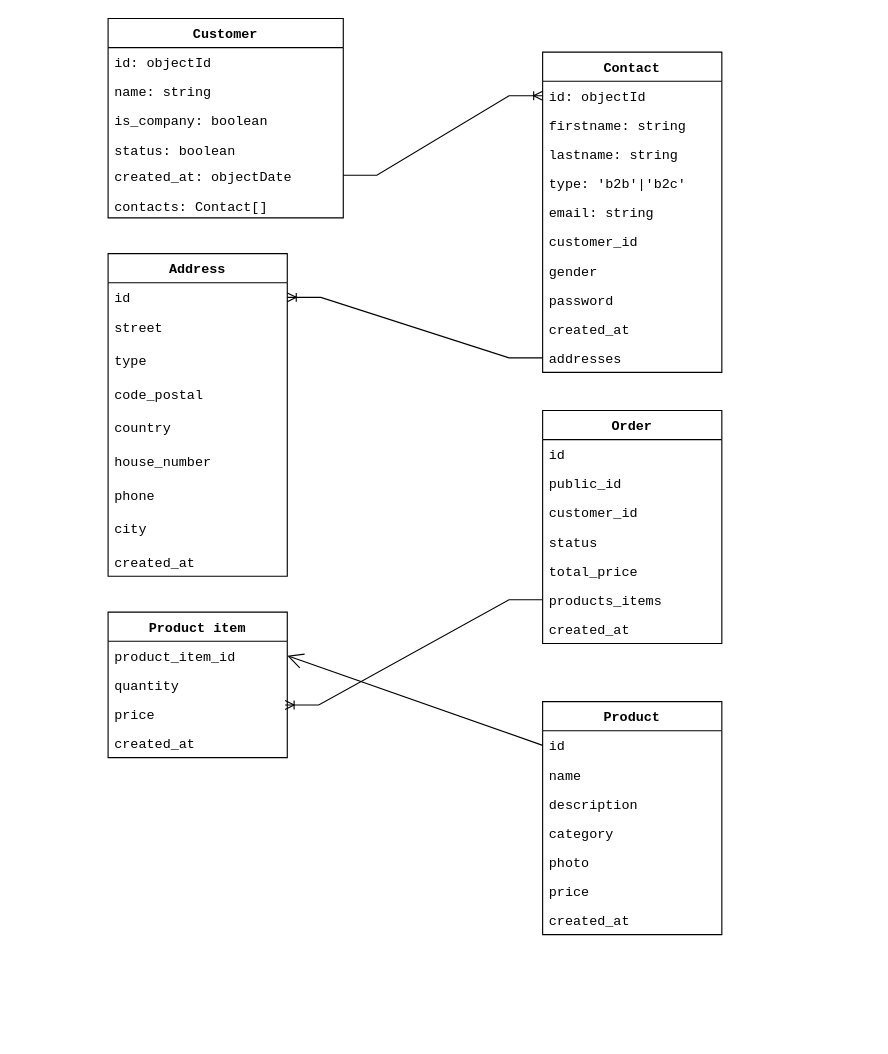
The draw.io diagram mini-crm.drawio in ylahssini/dx-blog, before the edit. Source tidied: cells renumbered, new cells numbered last; positions are measured from the earlier drawing's top-left corner, leaving out a move shared by most shapes. Both pictures are drawn from the tidied source at 112%, with x=0, y=0 at pixel (108, 18).
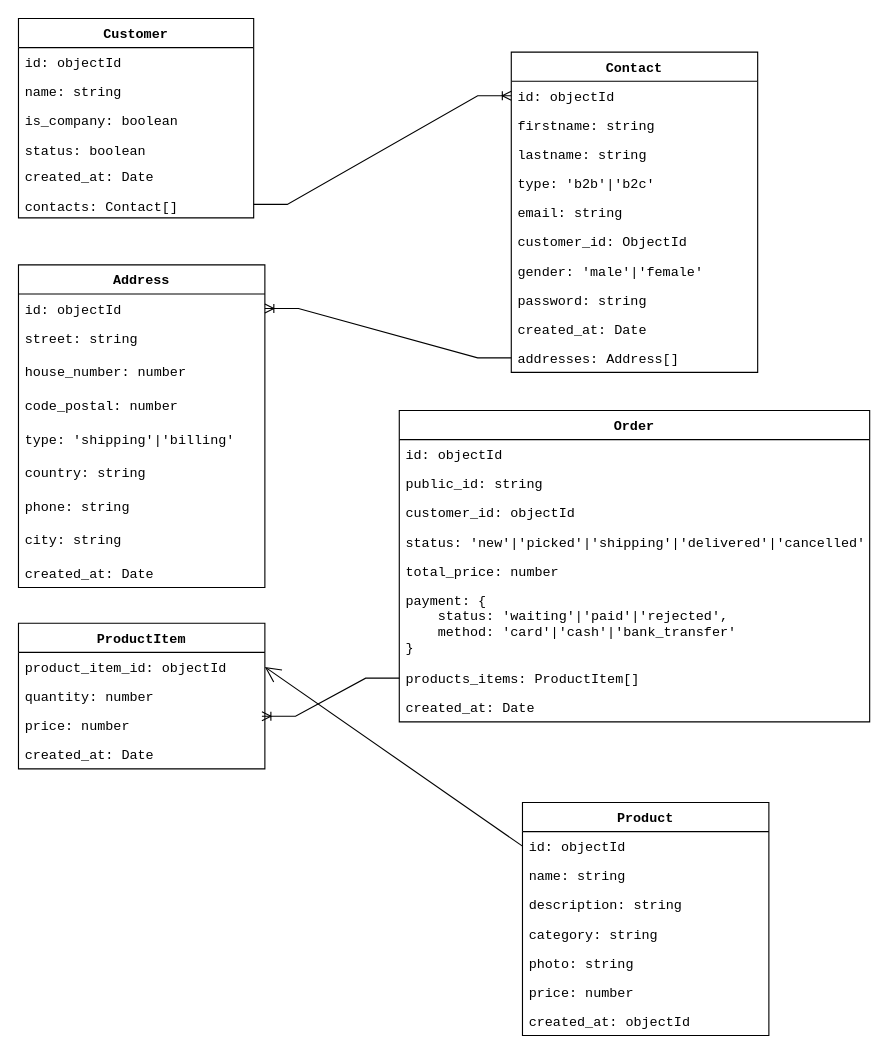
Above is the later version.

Unchanged cells that the change refers to:
```xml
<mxCell id="8" value="contacts: Contact[]" style="text;align=left;verticalAlign=top;spacingLeft=4;spacingRight=4;overflow=hidden;points=[[0,0.5],[1,0.5]];portConstraint=eastwest;rounded=0;shadow=0;html=0;fontFamily=Courier New;" parent="2" vertex="1">
  <mxGeometry y="154" width="210" height="24" as="geometry" />
</mxCell>
```

The edit, as a diff of the source:
```diff
@@
     <mxCell id="2" value="Customer" style="swimlane;fontStyle=1;align=center;verticalAlign=top;horizontal=1;startSize=26;rounded=0;shadow=0;strokeWidth=1;fontFamily=Courier New;" parent="1" vertex="1">
-      <mxGeometry width="210" height="178" as="geometry" />
+      <mxGeometry x="-80" width="210" height="178" as="geometry" />
     </mxCell>
@@
-    <mxCell id="7" value="created_at: objectDate" style="text;strokeColor=none;fillColor=none;align=left;verticalAlign=top;spacingLeft=4;spacingRight=4;overflow=hidden;fontFamily=Courier New;" parent="2" vertex="1">
+    <mxCell id="7" value="created_at: Date" style="text;strokeColor=none;fillColor=none;align=left;verticalAlign=top;spacingLeft=4;spacingRight=4;overflow=hidden;fontFamily=Courier New;" parent="2" vertex="1">
       <mxGeometry y="128" width="210" height="26" as="geometry" />
     </mxCell>
@@
     <mxCell id="9" value="Contact" style="swimlane;fontStyle=1;align=center;verticalAlign=top;horizontal=1;startSize=26;rounded=0;shadow=0;strokeWidth=1;fontFamily=Courier New;" parent="1" vertex="1">
-      <mxGeometry x="388" y="30" width="160" height="286" as="geometry" />
+      <mxGeometry x="360" y="30" width="220" height="286" as="geometry" />
     </mxCell>
     <mxCell id="10" value="id: objectId" style="text;align=left;verticalAlign=top;spacingLeft=4;spacingRight=4;overflow=hidden;points=[[0,0.5],[1,0.5]];portConstraint=eastwest;fontFamily=Courier New;" parent="9" vertex="1">
-      <mxGeometry y="26" width="160" height="26" as="geometry" />
+      <mxGeometry y="26" width="220" height="26" as="geometry" />
     </mxCell>
     <mxCell id="11" value="firstname: string" style="text;align=left;verticalAlign=top;spacingLeft=4;spacingRight=4;overflow=hidden;fontFamily=Courier New;" parent="9" vertex="1">
-      <mxGeometry y="52" width="160" height="26" as="geometry" />
+      <mxGeometry y="52" width="220" height="26" as="geometry" />
     </mxCell>
     <mxCell id="12" value="lastname: string" style="text;align=left;verticalAlign=top;spacingLeft=4;spacingRight=4;overflow=hidden;rounded=0;shadow=0;html=0;fontFamily=Courier New;" parent="9" vertex="1">
-      <mxGeometry y="78" width="160" height="26" as="geometry" />
+      <mxGeometry y="78" width="220" height="26" as="geometry" />
     </mxCell>
     <mxCell id="13" value="type: 'b2b'|'b2c'" style="text;align=left;verticalAlign=top;spacingLeft=4;spacingRight=4;overflow=hidden;rounded=0;shadow=0;html=0;fontFamily=Courier New;" parent="9" vertex="1">
-      <mxGeometry y="104" width="160" height="26" as="geometry" />
+      <mxGeometry y="104" width="220" height="26" as="geometry" />
     </mxCell>
     <mxCell id="14" value="email: string" style="text;align=left;verticalAlign=top;spacingLeft=4;spacingRight=4;overflow=hidden;rounded=0;shadow=0;html=0;fontFamily=Courier New;" parent="9" vertex="1">
-      <mxGeometry y="130" width="160" height="26" as="geometry" />
+      <mxGeometry y="130" width="220" height="26" as="geometry" />
     </mxCell>
-    <mxCell id="15" value="customer_id" style="text;align=left;verticalAlign=top;spacingLeft=4;spacingRight=4;overflow=hidden;rounded=0;shadow=0;html=0;fontFamily=Courier New;" parent="9" vertex="1">
-      <mxGeometry y="156" width="160" height="26" as="geometry" />
+    <mxCell id="15" value="customer_id: ObjectId" style="text;align=left;verticalAlign=top;spacingLeft=4;spacingRight=4;overflow=hidden;rounded=0;shadow=0;html=0;fontFamily=Courier New;" parent="9" vertex="1">
+      <mxGeometry y="156" width="220" height="26" as="geometry" />
     </mxCell>
-    <mxCell id="16" value="gender" style="text;align=left;verticalAlign=top;spacingLeft=4;spacingRight=4;overflow=hidden;rounded=0;shadow=0;html=0;fontFamily=Courier New;" parent="9" vertex="1">
-      <mxGeometry y="182" width="160" height="26" as="geometry" />
+    <mxCell id="16" value="gender: 'male'|'female'" style="text;align=left;verticalAlign=top;spacingLeft=4;spacingRight=4;overflow=hidden;rounded=0;shadow=0;html=0;fontFamily=Courier New;" parent="9" vertex="1">
+      <mxGeometry y="182" width="220" height="26" as="geometry" />
     </mxCell>
-    <mxCell id="17" value="password" style="text;align=left;verticalAlign=top;spacingLeft=4;spacingRight=4;overflow=hidden;rounded=0;shadow=0;html=0;fontFamily=Courier New;" parent="9" vertex="1">
-      <mxGeometry y="208" width="160" height="26" as="geometry" />
+    <mxCell id="17" value="password: string" style="text;align=left;verticalAlign=top;spacingLeft=4;spacingRight=4;overflow=hidden;rounded=0;shadow=0;html=0;fontFamily=Courier New;" parent="9" vertex="1">
+      <mxGeometry y="208" width="220" height="26" as="geometry" />
     </mxCell>
-    <mxCell id="18" value="created_at" style="text;strokeColor=none;fillColor=none;align=left;verticalAlign=top;spacingLeft=4;spacingRight=4;overflow=hidden;fontFamily=Courier New;" parent="9" vertex="1">
-      <mxGeometry y="234" width="160" height="26" as="geometry" />
+    <mxCell id="18" value="created_at: Date" style="text;strokeColor=none;fillColor=none;align=left;verticalAlign=top;spacingLeft=4;spacingRight=4;overflow=hidden;fontFamily=Courier New;" parent="9" vertex="1">
+      <mxGeometry y="234" width="220" height="26" as="geometry" />
     </mxCell>
-    <mxCell id="19" value="addresses" style="text;align=left;verticalAlign=top;spacingLeft=4;spacingRight=4;overflow=hidden;points=[[0,0.5],[1,0.5]];portConstraint=eastwest;fontFamily=Courier New;" parent="9" vertex="1">
-      <mxGeometry y="260" width="160" height="26" as="geometry" />
+    <mxCell id="19" value="addresses: Address[]" style="text;align=left;verticalAlign=top;spacingLeft=4;spacingRight=4;overflow=hidden;points=[[0,0.5],[1,0.5]];portConstraint=eastwest;fontFamily=Courier New;" parent="9" vertex="1">
+      <mxGeometry y="260" width="220" height="26" as="geometry" />
     </mxCell>
     <mxCell id="20" value="Address" style="swimlane;fontStyle=1;align=center;verticalAlign=top;horizontal=1;startSize=26;fontFamily=Courier New;" parent="1" vertex="1">
-      <mxGeometry y="210" width="160" height="288" as="geometry" />
+      <mxGeometry x="-80" y="220" width="220" height="288" as="geometry" />
     </mxCell>
-    <mxCell id="21" value="id" style="text;strokeColor=none;fillColor=none;align=left;verticalAlign=top;spacingLeft=4;spacingRight=4;overflow=hidden;points=[[0,0.5],[1,0.5]];portConstraint=eastwest;fontFamily=Courier New;" parent="20" vertex="1">
-      <mxGeometry y="26" width="160" height="26" as="geometry" />
+    <mxCell id="21" value="id: objectId" style="text;strokeColor=none;fillColor=none;align=left;verticalAlign=top;spacingLeft=4;spacingRight=4;overflow=hidden;points=[[0,0.5],[1,0.5]];portConstraint=eastwest;fontFamily=Courier New;" parent="20" vertex="1">
+      <mxGeometry y="26" width="220" height="26" as="geometry" />
     </mxCell>
-    <mxCell id="22" value="street" style="text;strokeColor=none;fillColor=none;align=left;verticalAlign=top;spacingLeft=4;spacingRight=4;overflow=hidden;fontFamily=Courier New;" parent="20" vertex="1">
-      <mxGeometry y="52" width="160" height="30" as="geometry" />
+    <mxCell id="22" value="street: string" style="text;strokeColor=none;fillColor=none;align=left;verticalAlign=top;spacingLeft=4;spacingRight=4;overflow=hidden;fontFamily=Courier New;" parent="20" vertex="1">
+      <mxGeometry y="52" width="220" height="30" as="geometry" />
     </mxCell>
+    <mxCell id="26" value="house_number: number" style="text;strokeColor=none;fillColor=none;align=left;verticalAlign=top;spacingLeft=4;spacingRight=4;overflow=hidden;fontFamily=Courier New;" parent="20" vertex="1">
+      <mxGeometry y="82" width="220" height="30" as="geometry" />
+    </mxCell>
+    <mxCell id="24" value="code_postal: number" style="text;strokeColor=none;fillColor=none;align=left;verticalAlign=top;spacingLeft=4;spacingRight=4;overflow=hidden;fontFamily=Courier New;" parent="20" vertex="1">
+      <mxGeometry y="112" width="220" height="30" as="geometry" />
+    </mxCell>
-    <mxCell id="23" value="type" style="text;strokeColor=none;fillColor=none;align=left;verticalAlign=top;spacingLeft=4;spacingRight=4;overflow=hidden;fontFamily=Courier New;" parent="20" vertex="1">
-      <mxGeometry y="82" width="160" height="30" as="geometry" />
+    <mxCell id="23" value="type: 'shipping'|'billing'" style="text;strokeColor=none;fillColor=none;align=left;verticalAlign=top;spacingLeft=4;spacingRight=4;overflow=hidden;fontFamily=Courier New;" parent="20" vertex="1">
+      <mxGeometry y="142" width="220" height="30" as="geometry" />
     </mxCell>
-    <mxCell id="24" value="code_postal" style="text;strokeColor=none;fillColor=none;align=left;verticalAlign=top;spacingLeft=4;spacingRight=4;overflow=hidden;fontFamily=Courier New;" parent="20" vertex="1">
-      <mxGeometry y="112" width="160" height="30" as="geometry" />
-    </mxCell>
-    <mxCell id="25" value="country" style="text;strokeColor=none;fillColor=none;align=left;verticalAlign=top;spacingLeft=4;spacingRight=4;overflow=hidden;fontFamily=Courier New;" parent="20" vertex="1">
-      <mxGeometry y="142" width="160" height="30" as="geometry" />
+    <mxCell id="25" value="country: string" style="text;strokeColor=none;fillColor=none;align=left;verticalAlign=top;spacingLeft=4;spacingRight=4;overflow=hidden;fontFamily=Courier New;" parent="20" vertex="1">
+      <mxGeometry y="172" width="220" height="30" as="geometry" />
     </mxCell>
-    <mxCell id="26" value="house_number" style="text;strokeColor=none;fillColor=none;align=left;verticalAlign=top;spacingLeft=4;spacingRight=4;overflow=hidden;fontFamily=Courier New;" parent="20" vertex="1">
-      <mxGeometry y="172" width="160" height="30" as="geometry" />
-    </mxCell>
-    <mxCell id="27" value="phone" style="text;strokeColor=none;fillColor=none;align=left;verticalAlign=top;spacingLeft=4;spacingRight=4;overflow=hidden;fontFamily=Courier New;" parent="20" vertex="1">
-      <mxGeometry y="202" width="160" height="30" as="geometry" />
+    <mxCell id="27" value="phone: string" style="text;strokeColor=none;fillColor=none;align=left;verticalAlign=top;spacingLeft=4;spacingRight=4;overflow=hidden;fontFamily=Courier New;" parent="20" vertex="1">
+      <mxGeometry y="202" width="220" height="30" as="geometry" />
     </mxCell>
-    <mxCell id="28" value="city" style="text;strokeColor=none;fillColor=none;align=left;verticalAlign=top;spacingLeft=4;spacingRight=4;overflow=hidden;fontFamily=Courier New;" parent="20" vertex="1">
-      <mxGeometry y="232" width="160" height="30" as="geometry" />
+    <mxCell id="28" value="city: string" style="text;strokeColor=none;fillColor=none;align=left;verticalAlign=top;spacingLeft=4;spacingRight=4;overflow=hidden;fontFamily=Courier New;" parent="20" vertex="1">
+      <mxGeometry y="232" width="220" height="30" as="geometry" />
     </mxCell>
-    <mxCell id="29" value="created_at" style="text;strokeColor=none;fillColor=none;align=left;verticalAlign=top;spacingLeft=4;spacingRight=4;overflow=hidden;fontFamily=Courier New;" parent="20" vertex="1">
-      <mxGeometry y="262" width="160" height="26" as="geometry" />
+    <mxCell id="29" value="created_at: Date" style="text;strokeColor=none;fillColor=none;align=left;verticalAlign=top;spacingLeft=4;spacingRight=4;overflow=hidden;fontFamily=Courier New;" parent="20" vertex="1">
+      <mxGeometry y="262" width="220" height="26" as="geometry" />
     </mxCell>
-    <mxCell id="30" style="edgeStyle=entityRelationEdgeStyle;fontSize=12;html=1;endArrow=ERoneToMany;rounded=0;entryX=0;entryY=0.5;entryDx=0;entryDy=0;fontFamily=Courier New;" parent="1" edge="1" target="10">
-      <mxGeometry relative="1" as="geometry">
-        <mxPoint x="210" y="140" as="sourcePoint" />
-      </mxGeometry>
+    <mxCell id="30" style="edgeStyle=entityRelationEdgeStyle;fontSize=12;html=1;endArrow=ERoneToMany;rounded=0;entryX=0;entryY=0.5;entryDx=0;entryDy=0;fontFamily=Courier New;exitX=1;exitY=0.5;exitDx=0;exitDy=0;" parent="1" edge="1" source="8" target="10">
+      <mxGeometry relative="1" as="geometry" />
     </mxCell>
@@
     <mxCell id="32" value="Product" style="swimlane;fontStyle=1;horizontal=1;startSize=26;fillColor=none;fontFamily=Courier New;" parent="1" vertex="1">
-      <mxGeometry x="388" y="610" width="160" height="208" as="geometry" />
+      <mxGeometry x="370" y="700" width="220" height="208" as="geometry" />
     </mxCell>
-    <mxCell id="33" value="id" style="text;strokeColor=none;fillColor=none;align=left;verticalAlign=top;spacingLeft=4;spacingRight=4;overflow=hidden;points=[[0,0.5],[1,0.5]];portConstraint=eastwest;fontFamily=Courier New;" parent="32" vertex="1">
-      <mxGeometry y="26" width="160" height="26" as="geometry" />
+    <mxCell id="33" value="id: objectId" style="text;strokeColor=none;fillColor=none;align=left;verticalAlign=top;spacingLeft=4;spacingRight=4;overflow=hidden;points=[[0,0.5],[1,0.5]];portConstraint=eastwest;fontFamily=Courier New;" parent="32" vertex="1">
+      <mxGeometry y="26" width="220" height="26" as="geometry" />
     </mxCell>
-    <mxCell id="34" value="name" style="text;strokeColor=none;fillColor=none;align=left;verticalAlign=top;spacingLeft=4;spacingRight=4;overflow=hidden;fontFamily=Courier New;" parent="32" vertex="1">
-      <mxGeometry y="52" width="160" height="26" as="geometry" />
+    <mxCell id="34" value="name: string" style="text;strokeColor=none;fillColor=none;align=left;verticalAlign=top;spacingLeft=4;spacingRight=4;overflow=hidden;fontFamily=Courier New;" parent="32" vertex="1">
+      <mxGeometry y="52" width="220" height="26" as="geometry" />
     </mxCell>
-    <mxCell id="35" value="description" style="text;strokeColor=none;fillColor=none;align=left;verticalAlign=top;spacingLeft=4;spacingRight=4;overflow=hidden;fontFamily=Courier New;" parent="32" vertex="1">
-      <mxGeometry y="78" width="160" height="26" as="geometry" />
+    <mxCell id="35" value="description: string" style="text;strokeColor=none;fillColor=none;align=left;verticalAlign=top;spacingLeft=4;spacingRight=4;overflow=hidden;fontFamily=Courier New;" parent="32" vertex="1">
+      <mxGeometry y="78" width="220" height="26" as="geometry" />
     </mxCell>
-    <mxCell id="36" value="category" style="text;strokeColor=none;fillColor=none;align=left;verticalAlign=top;spacingLeft=4;spacingRight=4;overflow=hidden;fontFamily=Courier New;" parent="32" vertex="1">
-      <mxGeometry y="104" width="160" height="26" as="geometry" />
+    <mxCell id="36" value="category: string" style="text;strokeColor=none;fillColor=none;align=left;verticalAlign=top;spacingLeft=4;spacingRight=4;overflow=hidden;fontFamily=Courier New;" parent="32" vertex="1">
+      <mxGeometry y="104" width="220" height="26" as="geometry" />
     </mxCell>
-    <mxCell id="37" value="photo" style="text;strokeColor=none;fillColor=none;align=left;verticalAlign=top;spacingLeft=4;spacingRight=4;overflow=hidden;fontFamily=Courier New;" parent="32" vertex="1">
-      <mxGeometry y="130" width="160" height="26" as="geometry" />
+    <mxCell id="37" value="photo: string" style="text;strokeColor=none;fillColor=none;align=left;verticalAlign=top;spacingLeft=4;spacingRight=4;overflow=hidden;fontFamily=Courier New;" parent="32" vertex="1">
+      <mxGeometry y="130" width="220" height="26" as="geometry" />
     </mxCell>
-    <mxCell id="38" value="price" style="text;strokeColor=none;fillColor=none;align=left;verticalAlign=top;spacingLeft=4;spacingRight=4;overflow=hidden;fontFamily=Courier New;" parent="32" vertex="1">
-      <mxGeometry y="156" width="160" height="26" as="geometry" />
+    <mxCell id="38" value="price: number" style="text;strokeColor=none;fillColor=none;align=left;verticalAlign=top;spacingLeft=4;spacingRight=4;overflow=hidden;fontFamily=Courier New;" parent="32" vertex="1">
+      <mxGeometry y="156" width="220" height="26" as="geometry" />
     </mxCell>
-    <mxCell id="39" value="created_at" style="text;strokeColor=none;fillColor=none;align=left;verticalAlign=top;spacingLeft=4;spacingRight=4;overflow=hidden;fontFamily=Courier New;" parent="32" vertex="1">
-      <mxGeometry y="182" width="160" height="26" as="geometry" />
+    <mxCell id="39" value="created_at: objectId" style="text;strokeColor=none;fillColor=none;align=left;verticalAlign=top;spacingLeft=4;spacingRight=4;overflow=hidden;fontFamily=Courier New;" parent="32" vertex="1">
+      <mxGeometry y="182" width="220" height="26" as="geometry" />
     </mxCell>
     <mxCell id="40" value="Order" style="swimlane;fontStyle=1;horizontal=1;startSize=26;fillColor=none;fontFamily=Courier New;" parent="1" vertex="1">
-      <mxGeometry x="388" y="350" width="160" height="208" as="geometry" />
+      <mxGeometry x="260" y="350" width="420" height="278" as="geometry" />
     </mxCell>
-    <mxCell id="41" value="id" style="text;strokeColor=none;fillColor=none;align=left;verticalAlign=top;spacingLeft=4;spacingRight=4;overflow=hidden;fontFamily=Courier New;" parent="40" vertex="1">
-      <mxGeometry y="26" width="160" height="26" as="geometry" />
+    <mxCell id="41" value="id: objectId" style="text;strokeColor=none;fillColor=none;align=left;verticalAlign=top;spacingLeft=4;spacingRight=4;overflow=hidden;fontFamily=Courier New;" parent="40" vertex="1">
+      <mxGeometry y="26" width="420" height="26" as="geometry" />
     </mxCell>
-    <mxCell id="42" value="public_id" style="text;strokeColor=none;fillColor=none;align=left;verticalAlign=top;spacingLeft=4;spacingRight=4;overflow=hidden;fontFamily=Courier New;" parent="40" vertex="1">
-      <mxGeometry y="52" width="160" height="26" as="geometry" />
+    <mxCell id="42" value="public_id: string" style="text;strokeColor=none;fillColor=none;align=left;verticalAlign=top;spacingLeft=4;spacingRight=4;overflow=hidden;fontFamily=Courier New;" parent="40" vertex="1">
+      <mxGeometry y="52" width="420" height="26" as="geometry" />
     </mxCell>
-    <mxCell id="43" value="customer_id" style="text;strokeColor=none;fillColor=none;align=left;verticalAlign=top;spacingLeft=4;spacingRight=4;overflow=hidden;fontFamily=Courier New;" parent="40" vertex="1">
-      <mxGeometry y="78" width="160" height="26" as="geometry" />
+    <mxCell id="43" value="customer_id: objectId" style="text;strokeColor=none;fillColor=none;align=left;verticalAlign=top;spacingLeft=4;spacingRight=4;overflow=hidden;fontFamily=Courier New;" parent="40" vertex="1">
+      <mxGeometry y="78" width="420" height="26" as="geometry" />
     </mxCell>
-    <mxCell id="44" value="status" style="text;strokeColor=none;fillColor=none;align=left;verticalAlign=top;spacingLeft=4;spacingRight=4;overflow=hidden;fontFamily=Courier New;" parent="40" vertex="1">
-      <mxGeometry y="104" width="160" height="26" as="geometry" />
+    <mxCell id="44" value="status: 'new'|'picked'|'shipping'|'delivered'|'cancelled'" style="text;strokeColor=none;fillColor=none;align=left;verticalAlign=top;spacingLeft=4;spacingRight=4;overflow=hidden;fontFamily=Courier New;" parent="40" vertex="1">
+      <mxGeometry y="104" width="420" height="26" as="geometry" />
     </mxCell>
-    <mxCell id="45" value="total_price" style="text;strokeColor=none;fillColor=none;align=left;verticalAlign=top;spacingLeft=4;spacingRight=4;overflow=hidden;fontFamily=Courier New;" parent="40" vertex="1">
-      <mxGeometry y="130" width="160" height="26" as="geometry" />
+    <mxCell id="45" value="total_price: number" style="text;strokeColor=none;fillColor=none;align=left;verticalAlign=top;spacingLeft=4;spacingRight=4;overflow=hidden;fontFamily=Courier New;" parent="40" vertex="1">
+      <mxGeometry y="130" width="420" height="26" as="geometry" />
     </mxCell>
+    <mxCell id="55" value="payment: {&#10;    status: 'waiting'|'paid'|'rejected',&#10;    method: 'card'|'cash'|'bank_transfer'&#10;}" style="text;strokeColor=none;fillColor=none;align=left;verticalAlign=top;spacingLeft=4;spacingRight=4;overflow=hidden;fontFamily=Courier New;" parent="40" vertex="1">
+      <mxGeometry y="156" width="420" height="70" as="geometry" />
+    </mxCell>
-    <mxCell id="46" value="products_items" style="text;strokeColor=none;fillColor=none;align=left;verticalAlign=top;spacingLeft=4;spacingRight=4;overflow=hidden;points=[[0,0.5],[1,0.5]];portConstraint=eastwest;fontFamily=Courier New;" parent="40" vertex="1">
-      <mxGeometry y="156" width="160" height="26" as="geometry" />
+    <mxCell id="46" value="products_items: ProductItem[]" style="text;strokeColor=none;fillColor=none;align=left;verticalAlign=top;spacingLeft=4;spacingRight=4;overflow=hidden;points=[[0,0.5],[1,0.5]];portConstraint=eastwest;fontFamily=Courier New;" parent="40" vertex="1">
+      <mxGeometry y="226" width="420" height="26" as="geometry" />
     </mxCell>
-    <mxCell id="47" value="created_at" style="text;strokeColor=none;fillColor=none;align=left;verticalAlign=top;spacingLeft=4;spacingRight=4;overflow=hidden;fontFamily=Courier New;" parent="40" vertex="1">
-      <mxGeometry y="182" width="160" height="26" as="geometry" />
+    <mxCell id="47" value="created_at: Date" style="text;strokeColor=none;fillColor=none;align=left;verticalAlign=top;spacingLeft=4;spacingRight=4;overflow=hidden;fontFamily=Courier New;" parent="40" vertex="1">
+      <mxGeometry y="252" width="420" height="26" as="geometry" />
     </mxCell>
@@
-    <mxCell id="49" value="Product item" style="swimlane;fontStyle=1;horizontal=1;startSize=26;fillColor=none;fontFamily=Courier New;" parent="1" vertex="1">
-      <mxGeometry y="530" width="160" height="130" as="geometry" />
+    <mxCell id="49" value="ProductItem" style="swimlane;fontStyle=1;horizontal=1;startSize=26;fillColor=none;fontFamily=Courier New;" parent="1" vertex="1">
+      <mxGeometry x="-80" y="540" width="220" height="130" as="geometry" />
     </mxCell>
-    <mxCell id="50" value="product_item_id" style="text;strokeColor=none;fillColor=none;align=left;verticalAlign=top;spacingLeft=4;spacingRight=4;overflow=hidden;points=[[0,0.5],[1,0.5]];portConstraint=eastwest;fontFamily=Courier New;" parent="49" vertex="1">
-      <mxGeometry y="26" width="160" height="26" as="geometry" />
+    <mxCell id="50" value="product_item_id: objectId" style="text;strokeColor=none;fillColor=none;align=left;verticalAlign=top;spacingLeft=4;spacingRight=4;overflow=hidden;points=[[0,0.5],[1,0.5]];portConstraint=eastwest;fontFamily=Courier New;" parent="49" vertex="1">
+      <mxGeometry y="26" width="220" height="26" as="geometry" />
     </mxCell>
-    <mxCell id="51" value="quantity" style="text;strokeColor=none;fillColor=none;align=left;verticalAlign=top;spacingLeft=4;spacingRight=4;overflow=hidden;points=[[0,0.5],[1,0.5]];portConstraint=eastwest;fontFamily=Courier New;" parent="49" vertex="1">
-      <mxGeometry y="52" width="160" height="26" as="geometry" />
+    <mxCell id="51" value="quantity: number" style="text;strokeColor=none;fillColor=none;align=left;verticalAlign=top;spacingLeft=4;spacingRight=4;overflow=hidden;points=[[0,0.5],[1,0.5]];portConstraint=eastwest;fontFamily=Courier New;" parent="49" vertex="1">
+      <mxGeometry y="52" width="220" height="26" as="geometry" />
     </mxCell>
-    <mxCell id="52" value="price" style="text;strokeColor=none;fillColor=none;align=left;verticalAlign=top;spacingLeft=4;spacingRight=4;overflow=hidden;fontFamily=Courier New;" parent="49" vertex="1">
-      <mxGeometry y="78" width="160" height="26" as="geometry" />
+    <mxCell id="52" value="price: number" style="text;strokeColor=none;fillColor=none;align=left;verticalAlign=top;spacingLeft=4;spacingRight=4;overflow=hidden;fontFamily=Courier New;" parent="49" vertex="1">
+      <mxGeometry y="78" width="220" height="26" as="geometry" />
     </mxCell>
-    <mxCell id="53" value="created_at" style="text;strokeColor=none;fillColor=none;align=left;verticalAlign=top;spacingLeft=4;spacingRight=4;overflow=hidden;fontFamily=Courier New;" parent="49" vertex="1">
-      <mxGeometry y="104" width="160" height="26" as="geometry" />
+    <mxCell id="53" value="created_at: Date" style="text;strokeColor=none;fillColor=none;align=left;verticalAlign=top;spacingLeft=4;spacingRight=4;overflow=hidden;fontFamily=Courier New;" parent="49" vertex="1">
+      <mxGeometry y="104" width="220" height="26" as="geometry" />
     </mxCell>
```
